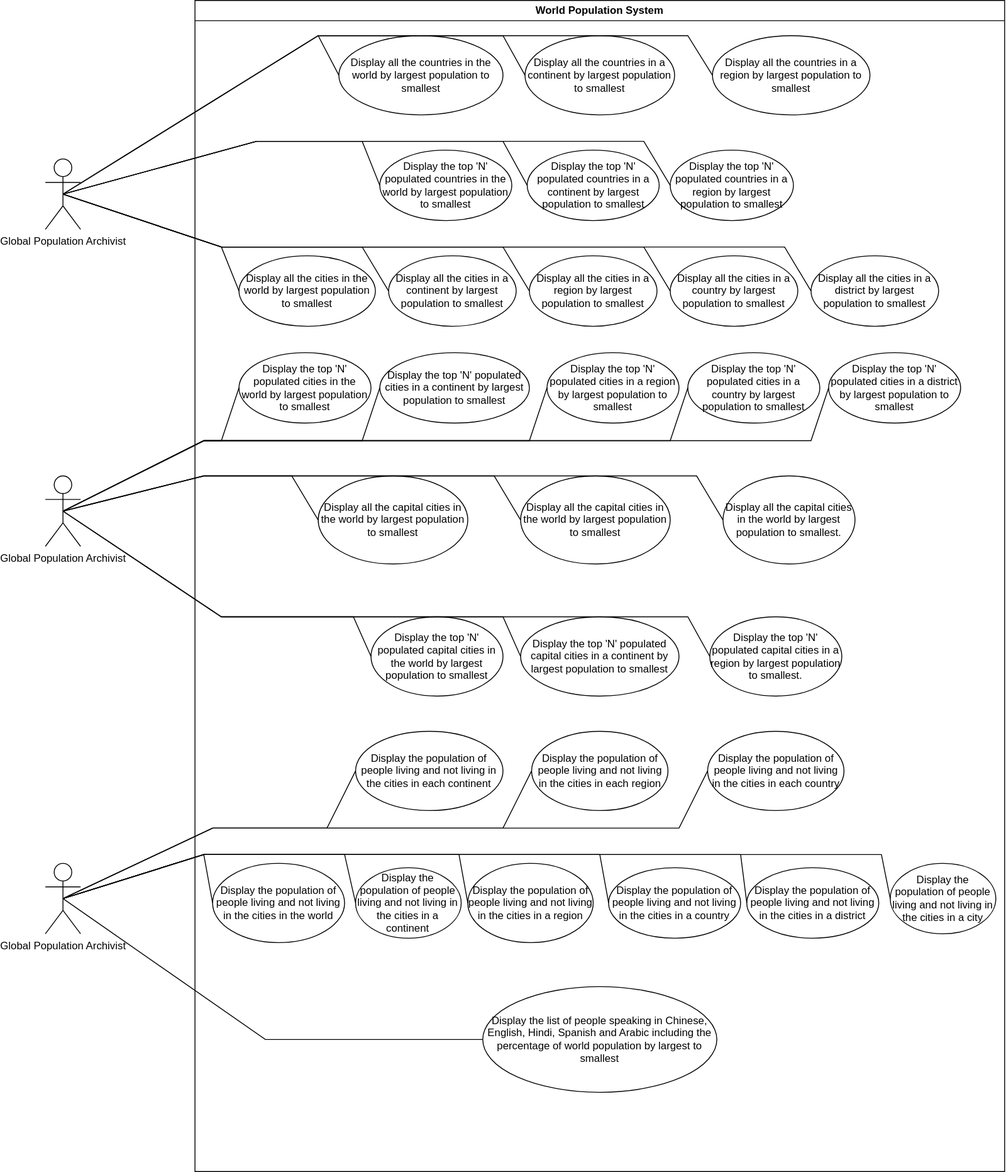
Before: use-cases/Global Population System.svg, a diagram exported from draw.io (Cham-Myae-40614796/Coursework-group2). Source tidied: cells renumbered, new cells last; positions are measured from the earlier drawing's top-left corner, leaving out a move shared by most shapes.
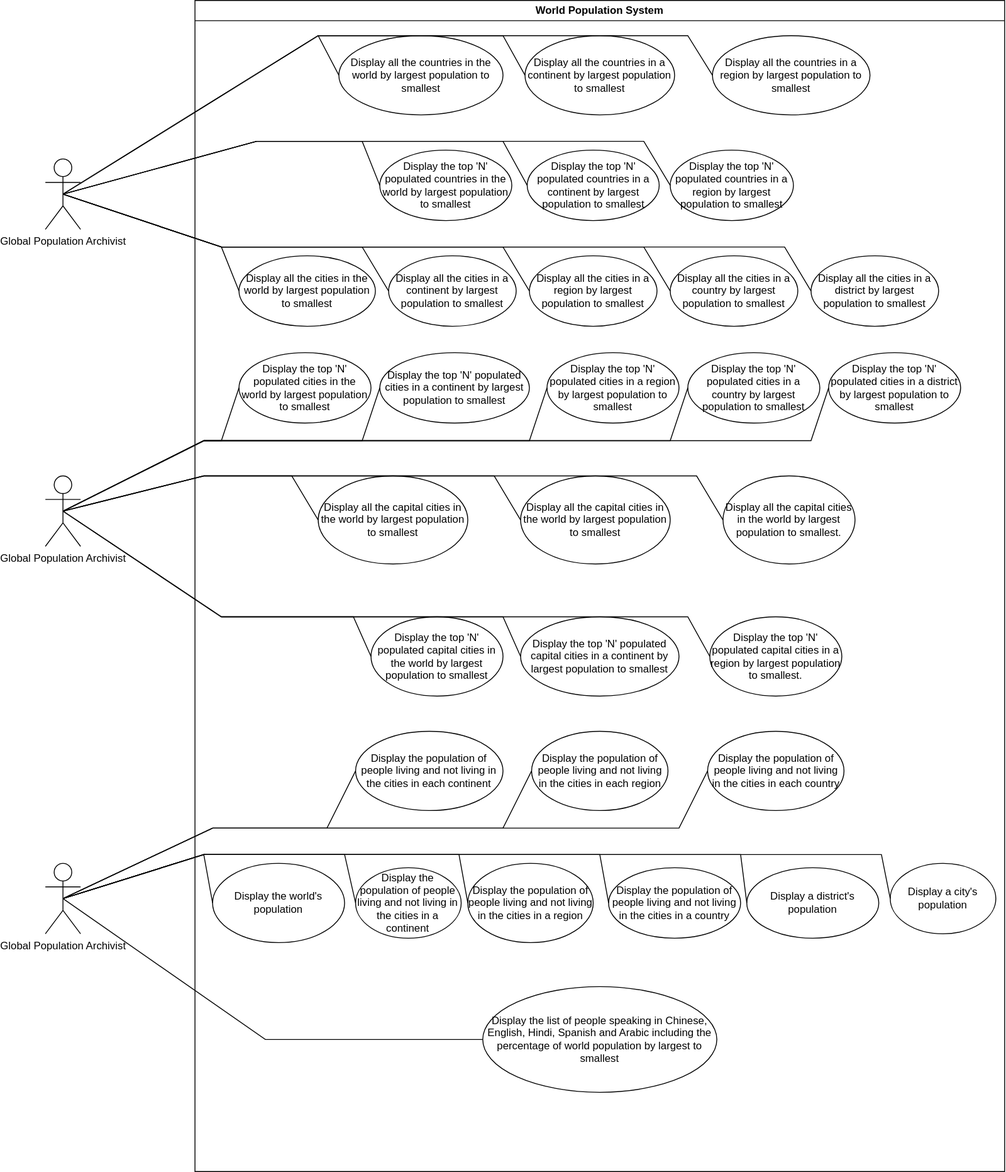
The same diagram one commit later.

Commit message:
updated use case diagram

Change to the diagram source:
```diff
@@ -77,7 +77,7 @@
     <mxCell id="26" value="Display the population of people living and not living in the cities in each country" style="ellipse;whiteSpace=wrap;html=1;" parent="2" vertex="1">
       <mxGeometry x="582.5" y="830" width="155" height="90" as="geometry" />
     </mxCell>
-    <mxCell id="27" value="Display the population of people living and not living in the cities in the world" style="ellipse;whiteSpace=wrap;html=1;" parent="2" vertex="1">
+    <mxCell id="27" value="Display the world's population" style="ellipse;whiteSpace=wrap;html=1;" parent="2" vertex="1">
       <mxGeometry x="20" y="980" width="150" height="90" as="geometry" />
     </mxCell>
     <mxCell id="28" value="Display the population of people living and not living in the cities in a continent" style="ellipse;whiteSpace=wrap;html=1;" parent="2" vertex="1">
@@ -89,10 +89,10 @@
     <mxCell id="30" value="Display the population of people living and not living in the cities in a country" style="ellipse;whiteSpace=wrap;html=1;" parent="2" vertex="1">
       <mxGeometry x="470" y="985" width="150" height="80" as="geometry" />
     </mxCell>
-    <mxCell id="31" value="Display the population of people living and not living in the cities in a district" style="ellipse;whiteSpace=wrap;html=1;" parent="2" vertex="1">
+    <mxCell id="31" value="Display a district's population" style="ellipse;whiteSpace=wrap;html=1;" parent="2" vertex="1">
       <mxGeometry x="627" y="985" width="150" height="80" as="geometry" />
     </mxCell>
-    <mxCell id="32" value="Display the population of people living and not living in the cities in a city" style="ellipse;whiteSpace=wrap;html=1;" parent="2" vertex="1">
+    <mxCell id="32" value="Display a city's population" style="ellipse;whiteSpace=wrap;html=1;" parent="2" vertex="1">
       <mxGeometry x="790" y="980" width="120" height="80" as="geometry" />
     </mxCell>
     <mxCell id="33" value="Display the list of people speaking in Chinese, English, Hindi, Spanish and Arabic including the percentage of world population by largest to smallest" style="ellipse;whiteSpace=wrap;html=1;" parent="2" vertex="1">
```
